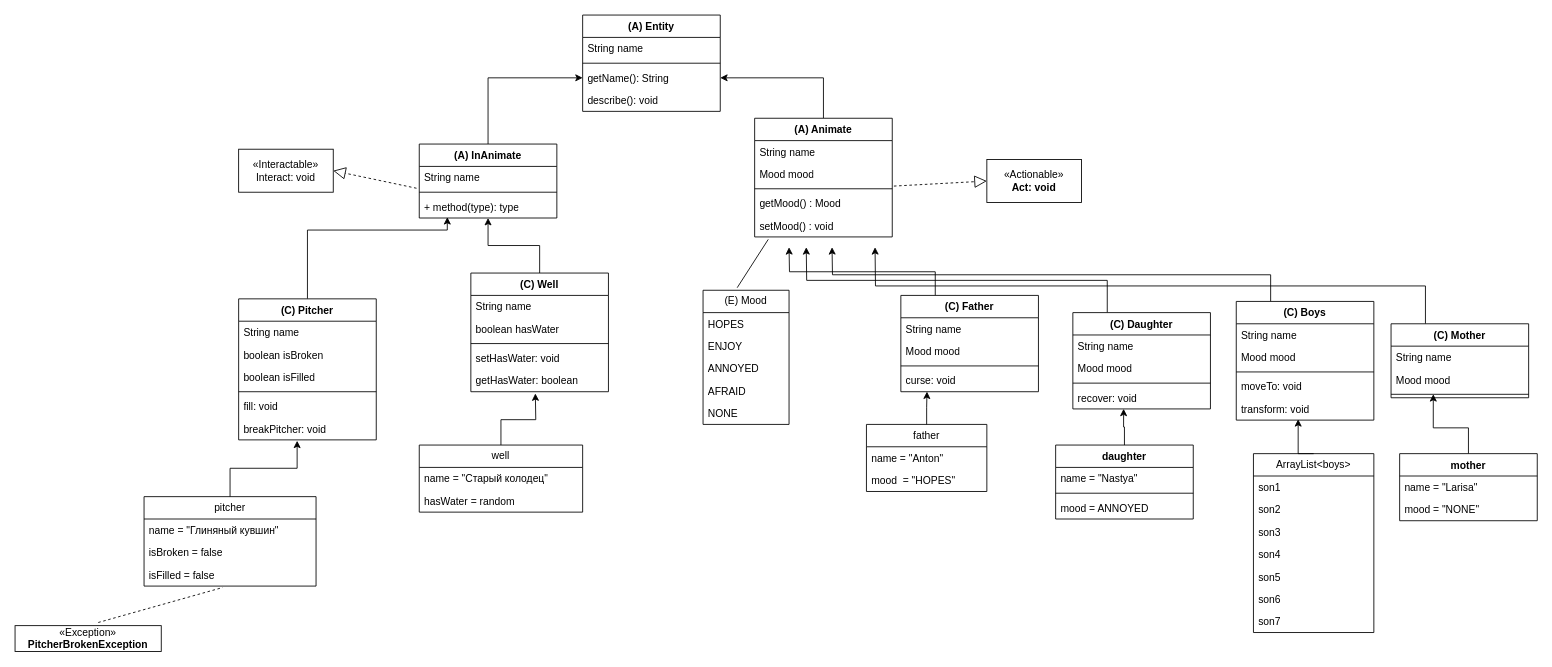
The draw.io diagram Lab3uml.drawio in trybenon/ITMO, before the edit. Source tidied: cells renumbered, new cells numbered last; positions are measured from the earlier drawing's top-left corner, leaving out a move shared by most shapes. Both pictures are drawn from the tidied source at 86%, with x=0, y=0 at pixel (15, 15).
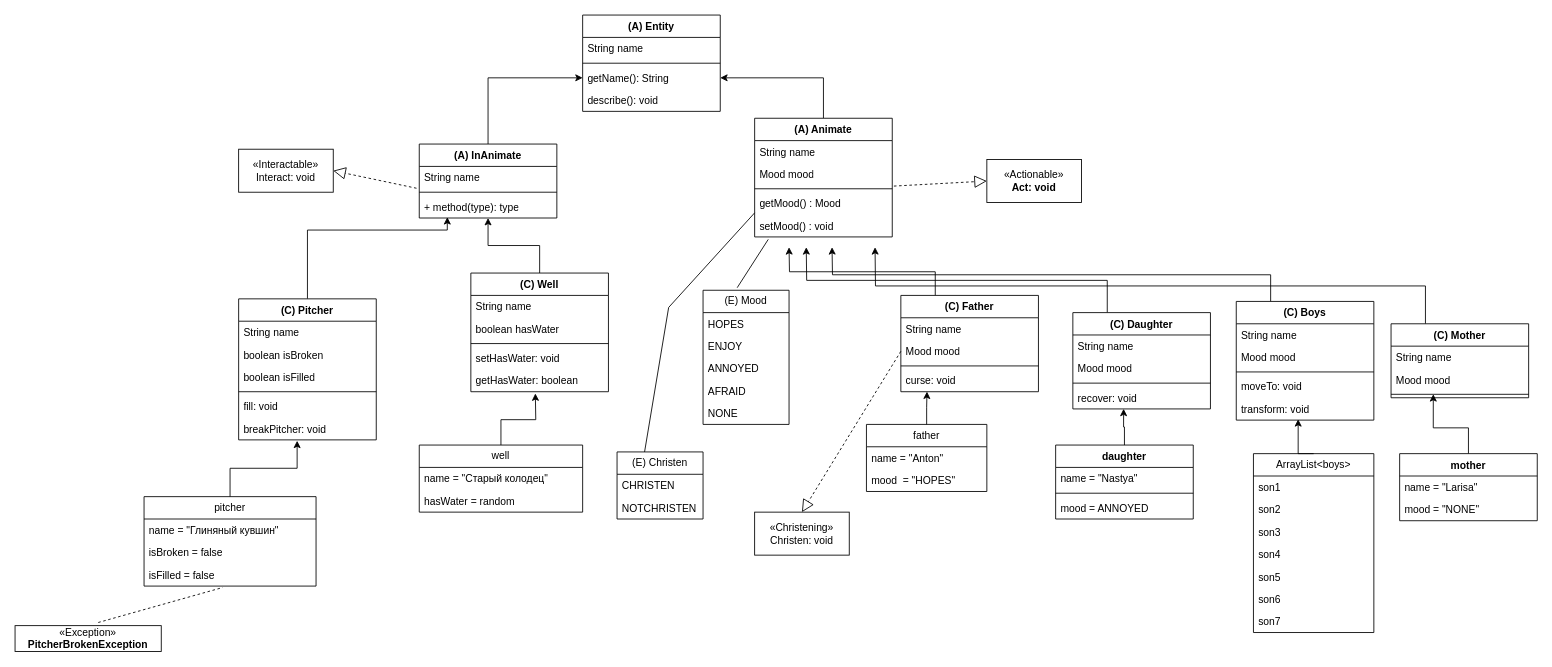
After the change.

The change refers to these unchanged cells:
```xml
<mxCell id="12" value="getMood() : Mood" style="text;strokeColor=none;fillColor=none;align=left;verticalAlign=top;spacingLeft=4;spacingRight=4;overflow=hidden;points=[[0,0.5],[1,0.5]];portConstraint=eastwest;whiteSpace=wrap;html=1;" parent="8" vertex="1">
  <mxGeometry y="86" width="160" height="26" as="geometry" />
</mxCell>
<mxCell id="65" value="Mood mood" style="text;strokeColor=none;fillColor=none;align=left;verticalAlign=top;spacingLeft=4;spacingRight=4;overflow=hidden;points=[[0,0.5],[1,0.5]];portConstraint=eastwest;whiteSpace=wrap;html=1;" parent="63" vertex="1">
  <mxGeometry y="52" width="160" height="26" as="geometry" />
</mxCell>
```

What changed in the source:
```diff
@@
+    <mxCell id="102" value="«Christening»&lt;br&gt;&lt;div&gt;Christen: void&lt;/div&gt;" style="html=1;whiteSpace=wrap;" parent="1" vertex="1">
+      <mxGeometry x="860" y="578" width="110" height="50" as="geometry" />
+    </mxCell>
+    <mxCell id="103" style="endArrow=block;dashed=1;endFill=0;endSize=12;html=1;rounded=0;entryX=0.5;entryY=0;entryDx=0;entryDy=0;exitX=0;exitY=0.5;exitDx=0;exitDy=0;" parent="1" edge="1" source="65" target="102">
+      <mxGeometry relative="1" as="geometry" />
+    </mxCell>
+    <mxCell id="104" value="(E) Christen" style="swimlane;fontStyle=0;horizontal=1;startSize=26;fillColor=none;whiteSpace=wrap;html=1;" parent="1" vertex="1">
+      <mxGeometry x="700" y="508" width="100" height="78" as="geometry" />
+    </mxCell>
+    <mxCell id="105" value="CHRISTEN" style="text;strokeColor=none;fillColor=none;align=left;verticalAlign=top;spacingLeft=4;spacingRight=4;overflow=hidden;whiteSpace=wrap;html=1;" parent="104" vertex="1">
+      <mxGeometry y="26" width="100" height="26" as="geometry" />
+    </mxCell>
+    <mxCell id="106" value="NOTCHRISTEN" style="text;strokeColor=none;fillColor=none;align=left;verticalAlign=top;spacingLeft=4;spacingRight=4;overflow=hidden;whiteSpace=wrap;html=1;" parent="104" vertex="1">
+      <mxGeometry y="52" width="100" height="26" as="geometry" />
+    </mxCell>
+    <mxCell id="107" style="endArrow=none;html=1;rounded=0;exitX=0.397;exitY=-0.019;exitDx=0;exitDy=0;exitPerimeter=0;entryX=0;entryY=0.923;entryDx=0;entryDy=0;entryPerimeter=0;" parent="1" edge="1" target="12">
+      <mxGeometry relative="1" as="geometry">
+        <mxPoint x="732" y="508" as="sourcePoint" />
+        <Array as="points">
+          <mxPoint x="760" y="340" />
+        </Array>
+      </mxGeometry>
+    </mxCell>
```
